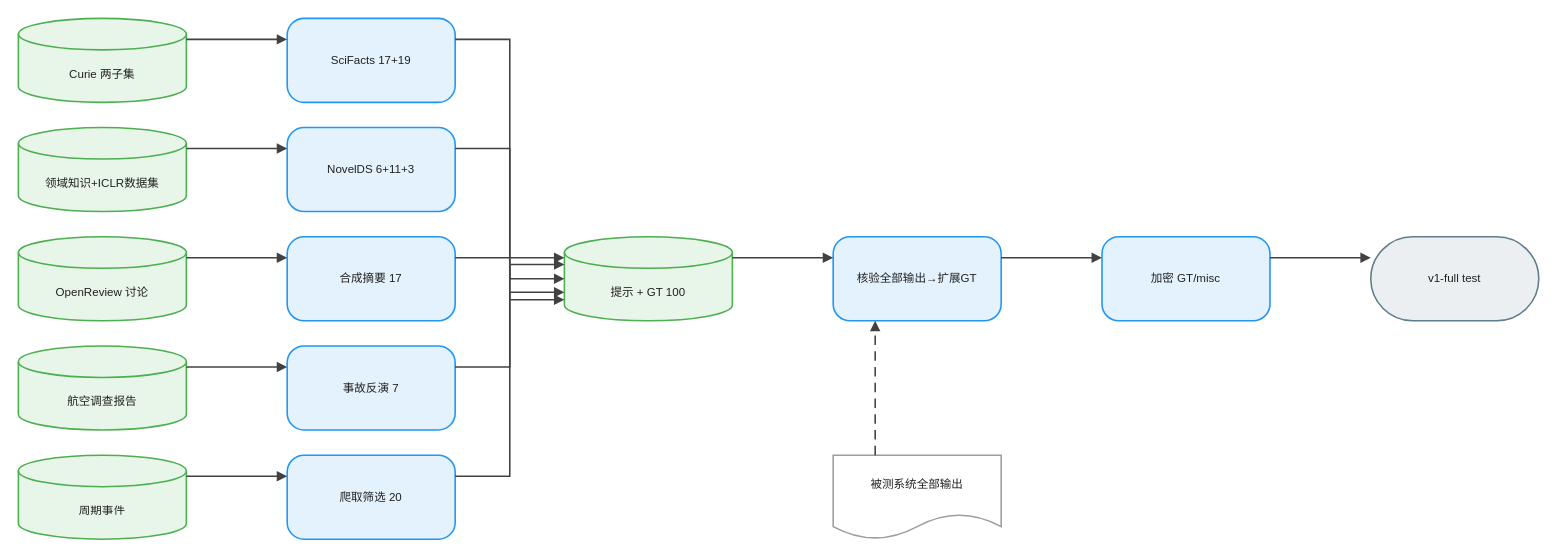
The draw.io diagram client/public/drawio/LiveDRBench/LiveDRBench.zh.drawio in joe1chief/benchmark-hub, before the edit. Source tidied: cells renumbered, new cells numbered last; positions are measured from the earlier drawing's top-left corner, leaving out a move shared by most shapes. Both pictures are drawn from the tidied source at 105%, with x=0, y=0 at pixel (18, 18).
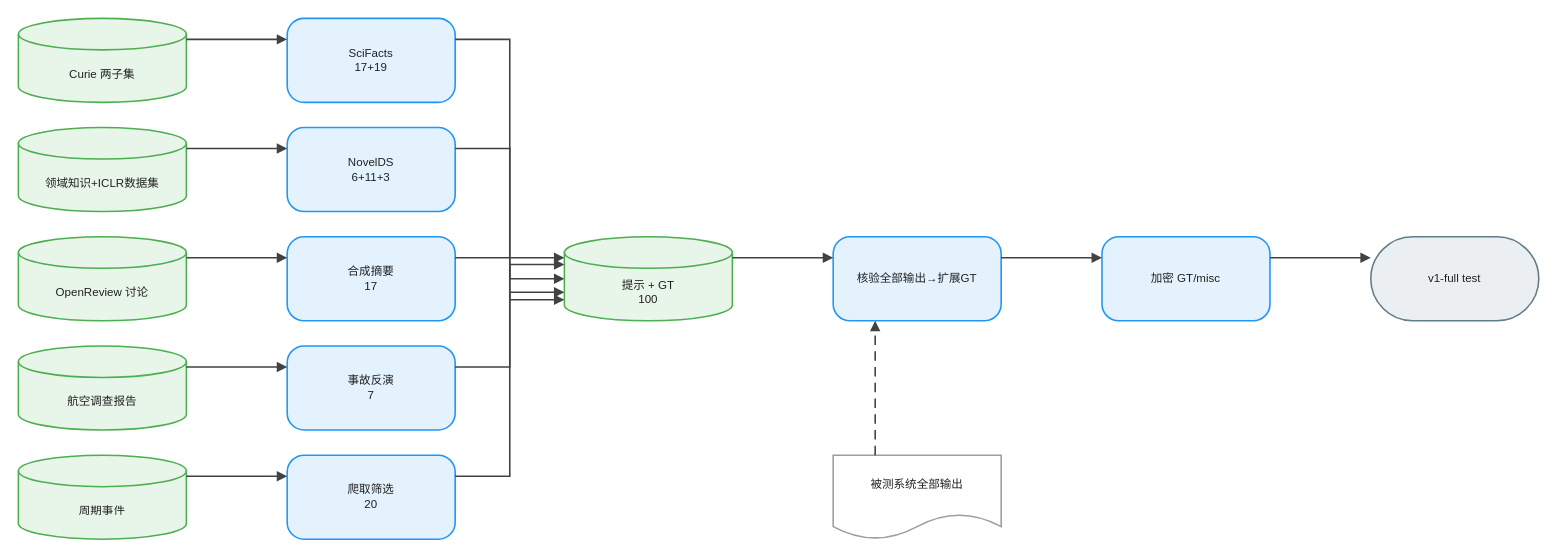
After the change.

What changed in the source:
```diff
@@
-    <mxCell id="3" value="SciFacts 17+19" style="rounded=1;arcSize=20;html=0;convertToSvg=1;whiteSpace=wrap;fillColor=#E3F2FD;strokeColor=#2196F3;strokeWidth=1.5;fontColor=#212121;fontSize=11;fontFamily=Arial, Helvetica, sans-serif;verticalAlign=middle;align=center;" parent="1" vertex="1">
+    <mxCell id="3" value="SciFacts&#10;17+19" style="rounded=1;arcSize=20;html=0;convertToSvg=1;whiteSpace=wrap;fillColor=#E3F2FD;strokeColor=#2196F3;strokeWidth=1.5;fontColor=#212121;fontSize=11;fontFamily=Arial, Helvetica, sans-serif;verticalAlign=middle;align=center;" parent="1" vertex="1">
       <mxGeometry x="256" width="160" height="80" as="geometry" />
     </mxCell>
@@
-    <mxCell id="5" value="NovelDS 6+11+3" style="rounded=1;arcSize=20;html=0;convertToSvg=1;whiteSpace=wrap;fillColor=#E3F2FD;strokeColor=#2196F3;strokeWidth=1.5;fontColor=#212121;fontSize=11;fontFamily=Arial, Helvetica, sans-serif;verticalAlign=middle;align=center;" parent="1" vertex="1">
+    <mxCell id="5" value="NovelDS&#10;6+11+3" style="rounded=1;arcSize=20;html=0;convertToSvg=1;whiteSpace=wrap;fillColor=#E3F2FD;strokeColor=#2196F3;strokeWidth=1.5;fontColor=#212121;fontSize=11;fontFamily=Arial, Helvetica, sans-serif;verticalAlign=middle;align=center;" parent="1" vertex="1">
       <mxGeometry x="256" y="104" width="160" height="80" as="geometry" />
     </mxCell>
@@
-    <mxCell id="7" value="合成摘要 17" style="rounded=1;arcSize=20;html=0;convertToSvg=1;whiteSpace=wrap;fillColor=#E3F2FD;strokeColor=#2196F3;strokeWidth=1.5;fontColor=#212121;fontSize=11;fontFamily=Arial, Helvetica, sans-serif;verticalAlign=middle;align=center;" parent="1" vertex="1">
+    <mxCell id="7" value="合成摘要&#10;17" style="rounded=1;arcSize=20;html=0;convertToSvg=1;whiteSpace=wrap;fillColor=#E3F2FD;strokeColor=#2196F3;strokeWidth=1.5;fontColor=#212121;fontSize=11;fontFamily=Arial, Helvetica, sans-serif;verticalAlign=middle;align=center;" parent="1" vertex="1">
       <mxGeometry x="256" y="208" width="160" height="80" as="geometry" />
     </mxCell>
@@
-    <mxCell id="9" value="事故反演 7" style="rounded=1;arcSize=20;html=0;convertToSvg=1;whiteSpace=wrap;fillColor=#E3F2FD;strokeColor=#2196F3;strokeWidth=1.5;fontColor=#212121;fontSize=11;fontFamily=Arial, Helvetica, sans-serif;verticalAlign=middle;align=center;" parent="1" vertex="1">
+    <mxCell id="9" value="事故反演&#10;7" style="rounded=1;arcSize=20;html=0;convertToSvg=1;whiteSpace=wrap;fillColor=#E3F2FD;strokeColor=#2196F3;strokeWidth=1.5;fontColor=#212121;fontSize=11;fontFamily=Arial, Helvetica, sans-serif;verticalAlign=middle;align=center;" parent="1" vertex="1">
       <mxGeometry x="256" y="312" width="160" height="80" as="geometry" />
     </mxCell>
@@
-    <mxCell id="11" value="爬取筛选 20" style="rounded=1;arcSize=20;html=0;convertToSvg=1;whiteSpace=wrap;fillColor=#E3F2FD;strokeColor=#2196F3;strokeWidth=1.5;fontColor=#212121;fontSize=11;fontFamily=Arial, Helvetica, sans-serif;verticalAlign=middle;align=center;" parent="1" vertex="1">
+    <mxCell id="11" value="爬取筛选&#10;20" style="rounded=1;arcSize=20;html=0;convertToSvg=1;whiteSpace=wrap;fillColor=#E3F2FD;strokeColor=#2196F3;strokeWidth=1.5;fontColor=#212121;fontSize=11;fontFamily=Arial, Helvetica, sans-serif;verticalAlign=middle;align=center;" parent="1" vertex="1">
       <mxGeometry x="256" y="416" width="160" height="80" as="geometry" />
     </mxCell>
-    <mxCell id="12" value="提示 + GT 100" style="shape=cylinder3;boundedLbl=1;backgroundOutline=1;size=15;html=0;convertToSvg=1;whiteSpace=wrap;fillColor=#E8F5E9;strokeColor=#4CAF50;strokeWidth=1.5;fontColor=#212121;fontSize=11;fontFamily=Arial, Helvetica, sans-serif;verticalAlign=middle;align=center;" parent="1" vertex="1">
+    <mxCell id="12" value="提示 + GT&#10;100" style="shape=cylinder3;boundedLbl=1;backgroundOutline=1;size=15;html=0;convertToSvg=1;whiteSpace=wrap;fillColor=#E8F5E9;strokeColor=#4CAF50;strokeWidth=1.5;fontColor=#212121;fontSize=11;fontFamily=Arial, Helvetica, sans-serif;verticalAlign=middle;align=center;" parent="1" vertex="1">
       <mxGeometry x="520" y="208" width="160" height="80" as="geometry" />
     </mxCell>
```
